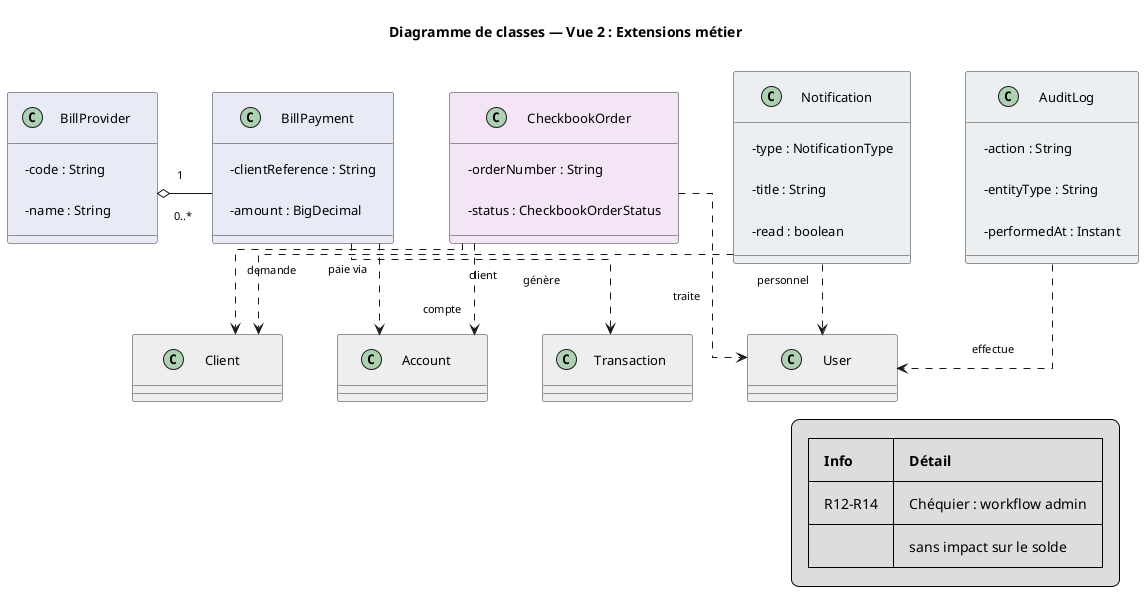
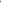
@startuml diagramme-classes-extensions
top to bottom direction
- 
+ scale 2 width
skinparam shadowing false
skinparam classAttributeIconSize 0
- skinparam nodesep 55
- skinparam ranksep 70
+ skinparam nodesep 100
+ skinparam ranksep 110
+ skinparam linetype polyline
skinparam defaultFontSize 13
- skinparam classFontSize 13
skinparam ArrowFontSize 11
- skinparam linetype ortho
- skinparam Padding 12
- skinparam minClassWidth 150
+ skinparam Padding 16

- title Diagramme de classes — Vue 2 : Extensions métier
+ title Diagramme de classes — extensions métier et traçabilité

- skinparam class {
-   BackgroundColor #FAFAFA
-   BorderColor #333333
- }
- 
- ' Ligne 1 — extensions
- class BillProvider #E8EAF6 {
+ class BillProvider {
  - code : String
  - name : String
}

- class BillPayment #E8EAF6 {
+ class BillPayment {
  - clientReference : String
  - amount : BigDecimal
}

- class CheckbookOrder #F3E5F5 {
+ class CheckbookOrder {
  - orderNumber : String
  - status : CheckbookOrderStatus
+   - sheetCount : CheckbookSheetCount
}

- class Notification #ECEFF1 {
+ class Notification {
  - type : NotificationType
  - title : String
  - read : boolean
}

- class AuditLog #ECEFF1 {
+ class AuditLog {
  - action : String
  - entityType : String
  - performedAt : Instant
}

- ' Ligne 2 — références noyau
- class "Client" as ClientRef #EEEEEE
- class "Account" as AccountRef #EEEEEE
- class "Transaction" as TransactionRef #EEEEEE
- class "User" as UserRef #EEEEEE
+ class "<<entité liée>>\nAccount" as AccountRef
+ class "<<entité liée>>\nClient" as ClientRef
+ class "<<entité liée>>\nUser" as UserRef
+ class "<<entité liée>>\nTransaction" as TransactionRef

BillProvider -[hidden]right- BillPayment
BillPayment -[hidden]right- CheckbookOrder
CheckbookOrder -[hidden]right- Notification
Notification -[hidden]right- AuditLog

- ClientRef -[hidden]right- AccountRef
- AccountRef -[hidden]right- TransactionRef
- TransactionRef -[hidden]right- UserRef
+ BillProvider -[hidden]down- AccountRef
+ BillPayment -[hidden]down- TransactionRef
+ CheckbookOrder -[hidden]down- ClientRef
+ Notification -[hidden]down- UserRef

- BillPayment -[hidden]down- AccountRef
+ AccountRef "1" o-- "0..*" BillPayment : paie via
+ BillProvider "1" o-- "0..*" BillPayment
+ BillPayment "1" --> "1" TransactionRef : génère

- BillProvider "1" o-- "0..*" BillPayment
+ ClientRef "1" o-- "0..*" CheckbookOrder : demande
+ AccountRef "1" o-- "0..*" CheckbookOrder : commande
+ UserRef "1" o-- "0..*" CheckbookOrder : traite

- BillPayment ..> AccountRef : paie via
- BillPayment ..> TransactionRef : génère
- CheckbookOrder ..> ClientRef : demande
- CheckbookOrder ..> AccountRef : compte
- CheckbookOrder ..> UserRef : traite
- Notification ..> ClientRef : client
- Notification ..> UserRef : personnel
- AuditLog ..> UserRef : effectue
+ ClientRef "1" o-- "0..*" Notification : reçoit
+ UserRef "1" o-- "0..*" Notification : reçoit

- legend right
-   |= Info |= Détail |
-   | R12–R14 | Chéquier : workflow admin |
-   | | sans impact sur le solde |
- endlegend
+ UserRef "1" o-- "0..*" AuditLog : effectue
+ 
+ note bottom of CheckbookOrder
+   **R12–R14** : une seule commande PENDING
+   par compte ; pas d'impact sur le solde.
+ end note

@enduml
